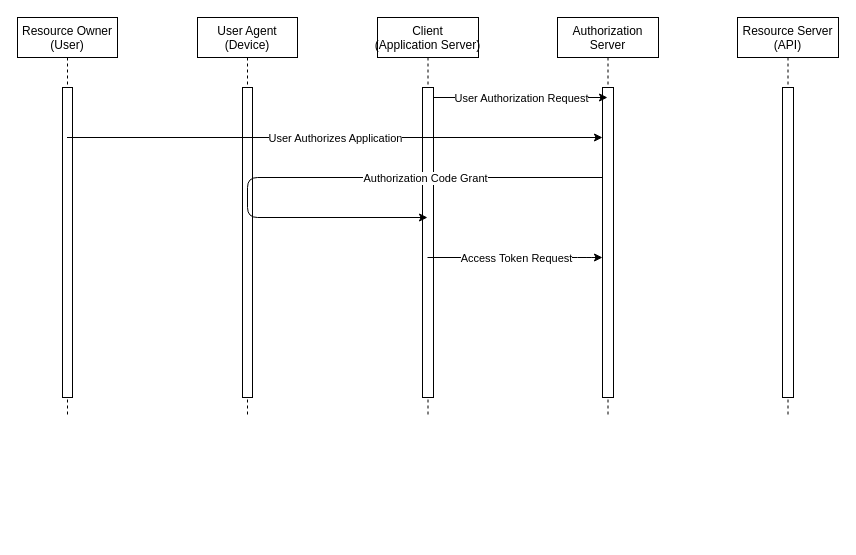
Before: API/AuthentificationFlow.drawio in PatrickRoethlisberger/yournal, a draw.io diagram. Source tidied: cells renumbered, new cells numbered last; positions are measured from the earlier drawing's top-left corner, leaving out a move shared by most shapes. Both pictures are drawn from the tidied source at 100%, with x=0, y=0 at pixel (17, 17).
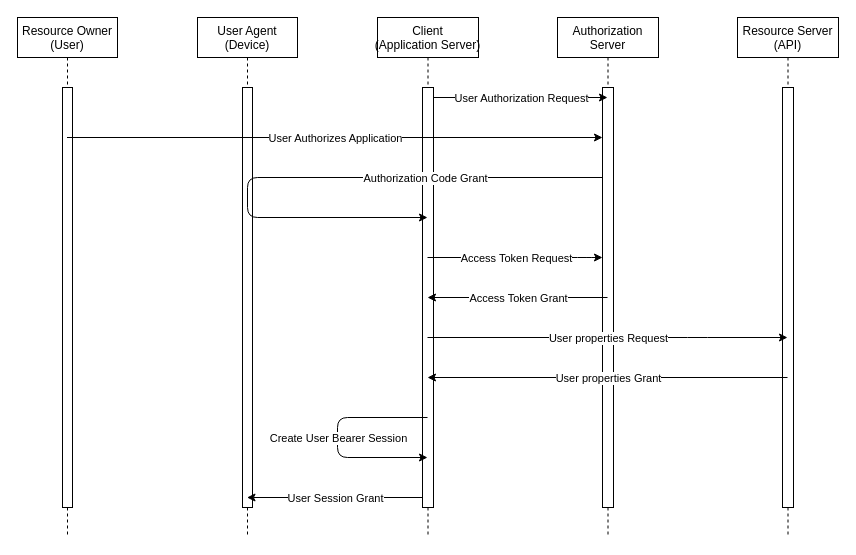
Above is the later version.

Commit message:
Update Authentification Flow Diagam

Change to the diagram source:
```diff
@@
     <mxCell id="2" value="User Agent&#10;(Device)" style="shape=umlLifeline;perimeter=lifelinePerimeter;rounded=0;shadow=0;strokeWidth=1;" parent="1" vertex="1">
-      <mxGeometry x="180" width="100" height="400" as="geometry" />
+      <mxGeometry x="180" width="100" height="520" as="geometry" />
     </mxCell>
     <mxCell id="3" style="perimeter=orthogonalPerimeter;rounded=0;shadow=0;strokeWidth=1;" parent="2" vertex="1">
-      <mxGeometry x="45" y="70" width="10" height="310" as="geometry" />
+      <mxGeometry x="45" y="70" width="10" height="420" as="geometry" />
     </mxCell>
     <mxCell id="4" value=" Resource Owner&#10;(User)" style="shape=umlLifeline;perimeter=lifelinePerimeter;rounded=0;shadow=0;strokeWidth=1;" parent="1" vertex="1">
-      <mxGeometry width="100" height="400" as="geometry" />
+      <mxGeometry width="100" height="520" as="geometry" />
     </mxCell>
     <mxCell id="5" style="perimeter=orthogonalPerimeter;rounded=0;shadow=0;strokeWidth=1;" parent="4" vertex="1">
-      <mxGeometry x="45" y="70" width="10" height="310" as="geometry" />
+      <mxGeometry x="45" y="70" width="10" height="420" as="geometry" />
     </mxCell>
     <mxCell id="6" value="Client&#10;(Application Server)" style="shape=umlLifeline;perimeter=lifelinePerimeter;rounded=0;shadow=0;strokeWidth=1;" parent="1" vertex="1">
-      <mxGeometry x="360" width="101" height="400" as="geometry" />
+      <mxGeometry x="360" width="101" height="520" as="geometry" />
     </mxCell>
     <mxCell id="7" style="points=[];perimeter=orthogonalPerimeter;rounded=0;shadow=0;strokeWidth=1;" parent="6" vertex="1">
-      <mxGeometry x="45" y="70" width="11" height="310" as="geometry" />
+      <mxGeometry x="45" y="70" width="11" height="420" as="geometry" />
     </mxCell>
     <mxCell id="8" value="Authorization&#10;Server" style="shape=umlLifeline;perimeter=lifelinePerimeter;rounded=0;shadow=0;strokeWidth=1;" parent="1" vertex="1">
-      <mxGeometry x="540" width="101" height="400" as="geometry" />
+      <mxGeometry x="540" width="101" height="520" as="geometry" />
     </mxCell>
     <mxCell id="9" style="points=[];perimeter=orthogonalPerimeter;rounded=0;shadow=0;strokeWidth=1;" parent="8" vertex="1">
-      <mxGeometry x="45" y="70" width="11" height="310" as="geometry" />
+      <mxGeometry x="45" y="70" width="11" height="420" as="geometry" />
     </mxCell>
@@
     <mxCell id="14" value="Resource Server&#10;(API)" style="shape=umlLifeline;perimeter=lifelinePerimeter;rounded=0;shadow=0;strokeWidth=1;" parent="1" vertex="1">
-      <mxGeometry x="720" width="101" height="400" as="geometry" />
+      <mxGeometry x="720" width="101" height="520" as="geometry" />
     </mxCell>
     <mxCell id="15" style="perimeter=orthogonalPerimeter;rounded=0;shadow=0;strokeWidth=1;" parent="14" vertex="1">
-      <mxGeometry x="45" y="70" width="11" height="310" as="geometry" />
+      <mxGeometry x="45" y="70" width="11" height="420" as="geometry" />
     </mxCell>
@@
+    <mxCell id="20" style="endArrow=classic;html=1;" parent="1" edge="1" source="8" target="6">
+      <mxGeometry relative="1" as="geometry">
+        <Array as="points">
+          <mxPoint x="540" y="280" />
+        </Array>
+      </mxGeometry>
+    </mxCell>
+    <mxCell id="21" value="Access Token Grant" style="edgeLabel;html=1;align=center;verticalAlign=middle;" parent="20" vertex="1">
+      <mxGeometry relative="1" as="geometry" />
+    </mxCell>
+    <mxCell id="22" style="endArrow=classic;html=1;" parent="1" edge="1" source="6" target="14">
+      <mxGeometry relative="1" as="geometry">
+        <Array as="points">
+          <mxPoint x="680" y="320" />
+        </Array>
+      </mxGeometry>
+    </mxCell>
+    <mxCell id="23" value="User properties Request" style="edgeLabel;html=1;align=center;verticalAlign=middle;" parent="22" vertex="1">
+      <mxGeometry relative="1" as="geometry" />
+    </mxCell>
+    <mxCell id="24" style="endArrow=classic;html=1;" parent="1" edge="1" source="14" target="6">
+      <mxGeometry relative="1" as="geometry">
+        <Array as="points">
+          <mxPoint x="620" y="360" />
+        </Array>
+      </mxGeometry>
+    </mxCell>
+    <mxCell id="25" value="User properties Grant" style="edgeLabel;html=1;align=center;verticalAlign=middle;" parent="24" vertex="1">
+      <mxGeometry relative="1" as="geometry" />
+    </mxCell>
+    <mxCell id="26" style="endArrow=classic;html=1;" parent="1" edge="1" source="6" target="6">
+      <mxGeometry relative="1" as="geometry">
+        <Array as="points">
+          <mxPoint x="320" y="400" />
+          <mxPoint x="320" y="440" />
+        </Array>
+      </mxGeometry>
+    </mxCell>
+    <mxCell id="27" value="Create User Bearer Session" style="edgeLabel;html=1;align=center;verticalAlign=middle;" parent="26" vertex="1">
+      <mxGeometry relative="1" as="geometry" />
+    </mxCell>
+    <mxCell id="28" style="endArrow=classic;html=1;" parent="1" edge="1" source="7" target="2">
+      <mxGeometry relative="1" as="geometry">
+        <Array as="points">
+          <mxPoint x="350" y="480" />
+        </Array>
+      </mxGeometry>
+    </mxCell>
+    <mxCell id="29" value="User Session Grant" style="edgeLabel;html=1;align=center;verticalAlign=middle;" parent="28" vertex="1">
+      <mxGeometry relative="1" as="geometry" />
+    </mxCell>
```
